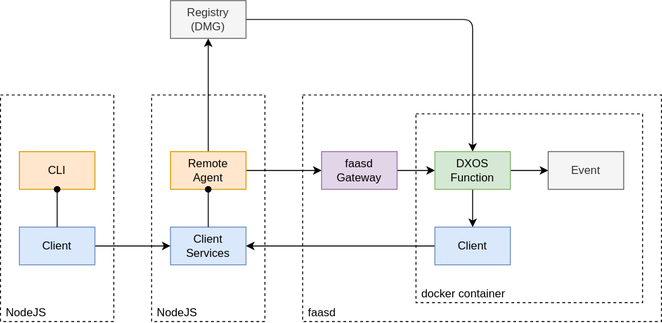
Above: docs/docs/design/diagrams/remote-functions.drawio.svg in dxos/dxos (draw.io), before the change. Source tidied: cells renumbered, new cells last; positions are measured from the earlier drawing's top-left corner, leaving out a move shared by most shapes.
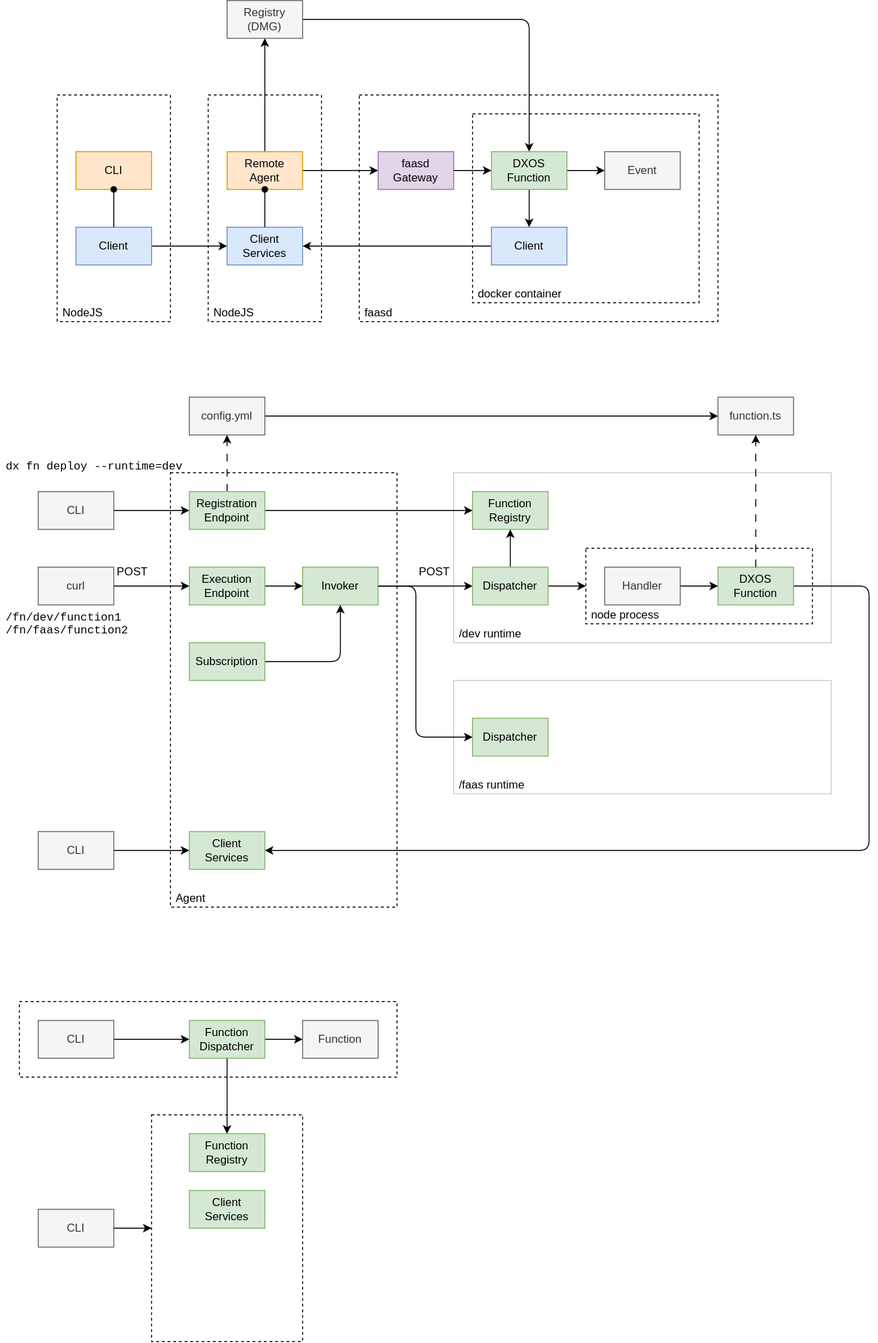
After the commit.

What changed in the source:
```diff
@@ -2,6 +2,21 @@
   <root>
     <mxCell id="0" />
     <mxCell id="1" parent="0" />
+    <mxCell id="25" style="rounded=0;whiteSpace=wrap;html=1;dashed=1;align=left;verticalAlign=bottom;spacingLeft=4;fillColor=none;" parent="1" vertex="1">
+      <mxGeometry x="100" y="1180" width="160" height="240" as="geometry" />
+    </mxCell>
+    <mxCell id="26" style="rounded=0;whiteSpace=wrap;html=1;dashed=1;align=left;verticalAlign=bottom;spacingLeft=4;fillColor=none;" parent="1" vertex="1">
+      <mxGeometry x="-40" y="1060" width="400" height="80" as="geometry" />
+    </mxCell>
+    <mxCell id="27" value="Agent" style="rounded=0;whiteSpace=wrap;html=1;dashed=1;align=left;verticalAlign=bottom;spacingLeft=4;fillColor=none;" parent="1" vertex="1">
+      <mxGeometry x="120" y="500" width="240" height="460" as="geometry" />
+    </mxCell>
+    <mxCell id="28" value="/dev runtime" style="rounded=0;whiteSpace=wrap;html=1;align=left;verticalAlign=bottom;spacingLeft=4;fillColor=default;strokeWidth=1;strokeColor=#CCCCCC;" parent="1" vertex="1">
+      <mxGeometry x="420" y="500" width="400" height="180" as="geometry" />
+    </mxCell>
+    <mxCell id="29" value="node process" style="rounded=0;whiteSpace=wrap;html=1;dashed=1;align=left;verticalAlign=bottom;spacingLeft=4;fillColor=default;" parent="1" vertex="1">
+      <mxGeometry x="560" y="580" width="240" height="80" as="geometry" />
+    </mxCell>
     <mxCell id="2" value="NodeJS" style="rounded=0;whiteSpace=wrap;html=1;dashed=1;align=left;verticalAlign=bottom;spacingLeft=4;fillColor=default;" parent="1" vertex="1">
       <mxGeometry y="100" width="120" height="240" as="geometry" />
     </mxCell>
@@ -75,5 +90,154 @@
     <mxCell id="24" style="edgeStyle=none;html=1;startArrow=oval;startFill=1;endArrow=none;endFill=0;" parent="1" edge="1" source="23" target="22">
       <mxGeometry relative="1" as="geometry" />
     </mxCell>
+    <mxCell id="30" style="edgeStyle=none;html=1;exitX=1;exitY=0.5;exitDx=0;exitDy=0;fontFamily=Courier New;entryX=1;entryY=0.5;entryDx=0;entryDy=0;" parent="1" edge="1" source="31" target="59">
+      <mxGeometry relative="1" as="geometry">
+        <Array as="points">
+          <mxPoint x="860" y="620" />
+          <mxPoint x="860" y="900" />
+        </Array>
+      </mxGeometry>
+    </mxCell>
+    <mxCell id="31" value="DXOS&lt;br&gt;Function" style="rounded=0;whiteSpace=wrap;html=1;fillColor=#d5e8d4;strokeColor=#82b366;" parent="1" vertex="1">
+      <mxGeometry x="700" y="600" width="80" height="40" as="geometry" />
+    </mxCell>
+    <mxCell id="32" style="edgeStyle=none;html=1;exitX=1;exitY=0.5;exitDx=0;exitDy=0;" parent="1" edge="1" source="33" target="57">
+      <mxGeometry relative="1" as="geometry" />
+    </mxCell>
+    <mxCell id="33" value="Invoker" style="rounded=0;whiteSpace=wrap;html=1;fillColor=#d5e8d4;strokeColor=#82b366;" parent="1" vertex="1">
+      <mxGeometry x="260" y="600" width="80" height="40" as="geometry" />
+    </mxCell>
+    <mxCell id="34" style="edgeStyle=none;html=1;exitX=0.5;exitY=0;exitDx=0;exitDy=0;dashed=1;dashPattern=8 8;" parent="1" edge="1" source="36" target="38">
+      <mxGeometry relative="1" as="geometry" />
+    </mxCell>
+    <mxCell id="35" style="edgeStyle=none;html=1;exitX=1;exitY=0.5;exitDx=0;exitDy=0;entryX=0;entryY=0.5;entryDx=0;entryDy=0;fontFamily=Courier New;" parent="1" edge="1" source="36" target="51">
+      <mxGeometry relative="1" as="geometry" />
+    </mxCell>
+    <mxCell id="36" value="Registration&lt;br&gt;Endpoint" style="rounded=0;whiteSpace=wrap;html=1;fillColor=#d5e8d4;strokeColor=#82b366;" parent="1" vertex="1">
+      <mxGeometry x="140" y="520" width="80" height="40" as="geometry" />
+    </mxCell>
+    <mxCell id="37" style="edgeStyle=none;html=1;exitX=1;exitY=0.5;exitDx=0;exitDy=0;" parent="1" edge="1" source="38" target="46">
+      <mxGeometry relative="1" as="geometry" />
+    </mxCell>
+    <mxCell id="38" value="config.yml" style="rounded=0;whiteSpace=wrap;html=1;fillColor=#f5f5f5;strokeColor=#666666;fontColor=#333333;" parent="1" vertex="1">
+      <mxGeometry x="140" y="420" width="80" height="40" as="geometry" />
+    </mxCell>
+    <mxCell id="39" style="edgeStyle=none;html=1;exitX=1;exitY=0.5;exitDx=0;exitDy=0;" parent="1" edge="1" source="40" target="36">
+      <mxGeometry relative="1" as="geometry" />
+    </mxCell>
+    <mxCell id="40" value="CLI" style="rounded=0;whiteSpace=wrap;html=1;fillColor=#f5f5f5;strokeColor=#666666;fontColor=#333333;" parent="1" vertex="1">
+      <mxGeometry x="-20" y="520" width="80" height="40" as="geometry" />
+    </mxCell>
+    <mxCell id="41" style="edgeStyle=none;html=1;exitX=1;exitY=0.5;exitDx=0;exitDy=0;" parent="1" edge="1" source="42" target="33">
+      <mxGeometry relative="1" as="geometry" />
+    </mxCell>
+    <mxCell id="42" value="Execution&lt;br&gt;Endpoint" style="rounded=0;whiteSpace=wrap;html=1;fillColor=#d5e8d4;strokeColor=#82b366;" parent="1" vertex="1">
+      <mxGeometry x="140" y="600" width="80" height="40" as="geometry" />
+    </mxCell>
+    <mxCell id="43" style="edgeStyle=none;html=1;exitX=1;exitY=0.5;exitDx=0;exitDy=0;entryX=0;entryY=0.5;entryDx=0;entryDy=0;" parent="1" edge="1" source="44" target="42">
+      <mxGeometry relative="1" as="geometry" />
+    </mxCell>
+    <mxCell id="44" value="curl" style="rounded=0;whiteSpace=wrap;html=1;fillColor=#f5f5f5;strokeColor=#666666;fontColor=#333333;" parent="1" vertex="1">
+      <mxGeometry x="-20" y="600" width="80" height="40" as="geometry" />
+    </mxCell>
+    <mxCell id="45" value="POST" style="text;html=1;strokeColor=none;fillColor=none;align=center;verticalAlign=middle;whiteSpace=wrap;rounded=0;" parent="1" vertex="1">
+      <mxGeometry x="60" y="590" width="40" height="30" as="geometry" />
+    </mxCell>
+    <mxCell id="46" value="function.ts" style="rounded=0;whiteSpace=wrap;html=1;fillColor=#f5f5f5;strokeColor=#666666;fontColor=#333333;" parent="1" vertex="1">
+      <mxGeometry x="700" y="420" width="80" height="40" as="geometry" />
+    </mxCell>
+    <mxCell id="47" value="POST" style="text;html=1;strokeColor=none;fillColor=none;align=center;verticalAlign=middle;whiteSpace=wrap;rounded=0;" parent="1" vertex="1">
+      <mxGeometry x="380" y="590" width="40" height="30" as="geometry" />
+    </mxCell>
+    <mxCell id="48" style="edgeStyle=none;html=1;exitX=1;exitY=0.5;exitDx=0;exitDy=0;" parent="1" edge="1" source="49" target="31">
+      <mxGeometry relative="1" as="geometry" />
+    </mxCell>
+    <mxCell id="49" value="Handler" style="rounded=0;whiteSpace=wrap;html=1;fillColor=#f5f5f5;strokeColor=#666666;fontColor=#333333;" parent="1" vertex="1">
+      <mxGeometry x="580" y="600" width="80" height="40" as="geometry" />
+    </mxCell>
+    <mxCell id="50" value="/faas runtime" style="rounded=0;whiteSpace=wrap;html=1;align=left;verticalAlign=bottom;spacingLeft=4;fillColor=default;strokeWidth=1;strokeColor=#CCCCCC;" parent="1" vertex="1">
+      <mxGeometry x="420" y="720" width="400" height="120" as="geometry" />
+    </mxCell>
+    <mxCell id="51" value="Function&lt;br&gt;Registry" style="rounded=0;whiteSpace=wrap;html=1;fillColor=#d5e8d4;strokeColor=#82b366;" parent="1" vertex="1">
+      <mxGeometry x="440" y="520" width="80" height="40" as="geometry" />
+    </mxCell>
+    <mxCell id="52" style="edgeStyle=none;html=1;exitX=1;exitY=0.5;exitDx=0;exitDy=0;" parent="1" edge="1" source="53" target="33">
+      <mxGeometry relative="1" as="geometry">
+        <Array as="points">
+          <mxPoint x="300" y="700" />
+        </Array>
+      </mxGeometry>
+    </mxCell>
+    <mxCell id="53" value="Subscription" style="rounded=0;whiteSpace=wrap;html=1;fillColor=#d5e8d4;strokeColor=#82b366;" parent="1" vertex="1">
+      <mxGeometry x="140" y="680" width="80" height="40" as="geometry" />
+    </mxCell>
+    <mxCell id="54" value="/fn/dev/function1&lt;br&gt;/fn/faas/function2" style="text;html=1;strokeColor=none;fillColor=none;align=left;verticalAlign=top;whiteSpace=wrap;rounded=0;fontFamily=Courier New;spacingLeft=4;" parent="1" vertex="1">
+      <mxGeometry x="-60" y="640" width="160" height="40" as="geometry" />
+    </mxCell>
+    <mxCell id="55" style="edgeStyle=none;html=1;exitX=1;exitY=0.5;exitDx=0;exitDy=0;entryX=0;entryY=0.5;entryDx=0;entryDy=0;fontFamily=Courier New;" parent="1" edge="1" source="57" target="29">
+      <mxGeometry relative="1" as="geometry" />
+    </mxCell>
+    <mxCell id="56" style="edgeStyle=none;html=1;exitX=0.5;exitY=0;exitDx=0;exitDy=0;fontFamily=Courier New;" parent="1" edge="1" source="57" target="51">
+      <mxGeometry relative="1" as="geometry" />
+    </mxCell>
+    <mxCell id="57" value="Dispatcher" style="rounded=0;whiteSpace=wrap;html=1;fillColor=#d5e8d4;strokeColor=#82b366;" parent="1" vertex="1">
+      <mxGeometry x="440" y="600" width="80" height="40" as="geometry" />
+    </mxCell>
+    <mxCell id="58" value="Dispatcher" style="rounded=0;whiteSpace=wrap;html=1;fillColor=#d5e8d4;strokeColor=#82b366;" parent="1" vertex="1">
+      <mxGeometry x="440" y="760" width="80" height="40" as="geometry" />
+    </mxCell>
+    <mxCell id="59" value="Client&lt;br&gt;Services" style="rounded=0;whiteSpace=wrap;html=1;fillColor=#d5e8d4;strokeColor=#82b366;" parent="1" vertex="1">
+      <mxGeometry x="140" y="880" width="80" height="40" as="geometry" />
+    </mxCell>
+    <mxCell id="60" style="edgeStyle=none;html=1;exitX=1;exitY=0.5;exitDx=0;exitDy=0;fontFamily=Courier New;" parent="1" edge="1" source="61" target="59">
+      <mxGeometry relative="1" as="geometry" />
+    </mxCell>
+    <mxCell id="61" value="CLI" style="rounded=0;whiteSpace=wrap;html=1;fillColor=#f5f5f5;strokeColor=#666666;fontColor=#333333;" parent="1" vertex="1">
+      <mxGeometry x="-20" y="880" width="80" height="40" as="geometry" />
+    </mxCell>
+    <mxCell id="62" style="edgeStyle=none;html=1;dashed=1;dashPattern=8 8;" parent="1" edge="1" source="31" target="46">
+      <mxGeometry relative="1" as="geometry" />
+    </mxCell>
+    <mxCell id="63" value="dx fn deploy --runtime=dev" style="text;html=1;strokeColor=none;fillColor=none;align=left;verticalAlign=top;whiteSpace=wrap;rounded=0;fontFamily=Courier New;spacingLeft=4;" parent="1" vertex="1">
+      <mxGeometry x="-60" y="480" width="230" height="40" as="geometry" />
+    </mxCell>
+    <mxCell id="64" style="edgeStyle=none;html=1;exitX=1;exitY=0.5;exitDx=0;exitDy=0;entryX=0;entryY=0.5;entryDx=0;entryDy=0;fontFamily=Courier New;" parent="1" edge="1" source="33" target="58">
+      <mxGeometry relative="1" as="geometry">
+        <Array as="points">
+          <mxPoint x="380" y="620" />
+          <mxPoint x="380" y="780" />
+        </Array>
+      </mxGeometry>
+    </mxCell>
+    <mxCell id="65" value="Function&lt;br&gt;Registry" style="rounded=0;whiteSpace=wrap;html=1;fillColor=#d5e8d4;strokeColor=#82b366;" parent="1" vertex="1">
+      <mxGeometry x="140" y="1200" width="80" height="40" as="geometry" />
+    </mxCell>
+    <mxCell id="66" style="edgeStyle=none;html=1;exitX=1;exitY=0.5;exitDx=0;exitDy=0;fontFamily=Courier New;" parent="1" edge="1" source="68" target="71">
+      <mxGeometry relative="1" as="geometry" />
+    </mxCell>
+    <mxCell id="67" style="edgeStyle=none;html=1;exitX=0.5;exitY=1;exitDx=0;exitDy=0;entryX=0.5;entryY=0;entryDx=0;entryDy=0;fontFamily=Courier New;" parent="1" edge="1" source="68" target="65">
+      <mxGeometry relative="1" as="geometry" />
+    </mxCell>
+    <mxCell id="68" value="Function&lt;br&gt;Dispatcher" style="rounded=0;whiteSpace=wrap;html=1;fillColor=#d5e8d4;strokeColor=#82b366;" parent="1" vertex="1">
+      <mxGeometry x="140" y="1080" width="80" height="40" as="geometry" />
+    </mxCell>
+    <mxCell id="69" style="edgeStyle=none;html=1;exitX=1;exitY=0.5;exitDx=0;exitDy=0;fontFamily=Courier New;" parent="1" edge="1" source="70" target="68">
+      <mxGeometry relative="1" as="geometry" />
+    </mxCell>
+    <mxCell id="70" value="CLI" style="rounded=0;whiteSpace=wrap;html=1;fillColor=#f5f5f5;strokeColor=#666666;fontColor=#333333;" parent="1" vertex="1">
+      <mxGeometry x="-20" y="1080" width="80" height="40" as="geometry" />
+    </mxCell>
+    <mxCell id="71" value="Function" style="rounded=0;whiteSpace=wrap;html=1;fillColor=#f5f5f5;strokeColor=#666666;fontColor=#333333;" parent="1" vertex="1">
+      <mxGeometry x="260" y="1080" width="80" height="40" as="geometry" />
+    </mxCell>
+    <mxCell id="72" style="edgeStyle=none;html=1;exitX=1;exitY=0.5;exitDx=0;exitDy=0;fontFamily=Courier New;" parent="1" edge="1" source="73" target="25">
+      <mxGeometry relative="1" as="geometry" />
+    </mxCell>
+    <mxCell id="73" value="CLI" style="rounded=0;whiteSpace=wrap;html=1;fillColor=#f5f5f5;strokeColor=#666666;fontColor=#333333;" parent="1" vertex="1">
+      <mxGeometry x="-20" y="1280" width="80" height="40" as="geometry" />
+    </mxCell>
+    <mxCell id="74" value="Client&lt;br&gt;Services" style="rounded=0;whiteSpace=wrap;html=1;fillColor=#d5e8d4;strokeColor=#82b366;" parent="1" vertex="1">
+      <mxGeometry x="140" y="1260" width="80" height="40" as="geometry" />
+    </mxCell>
   </root>
 </mxGraphModel>
```
